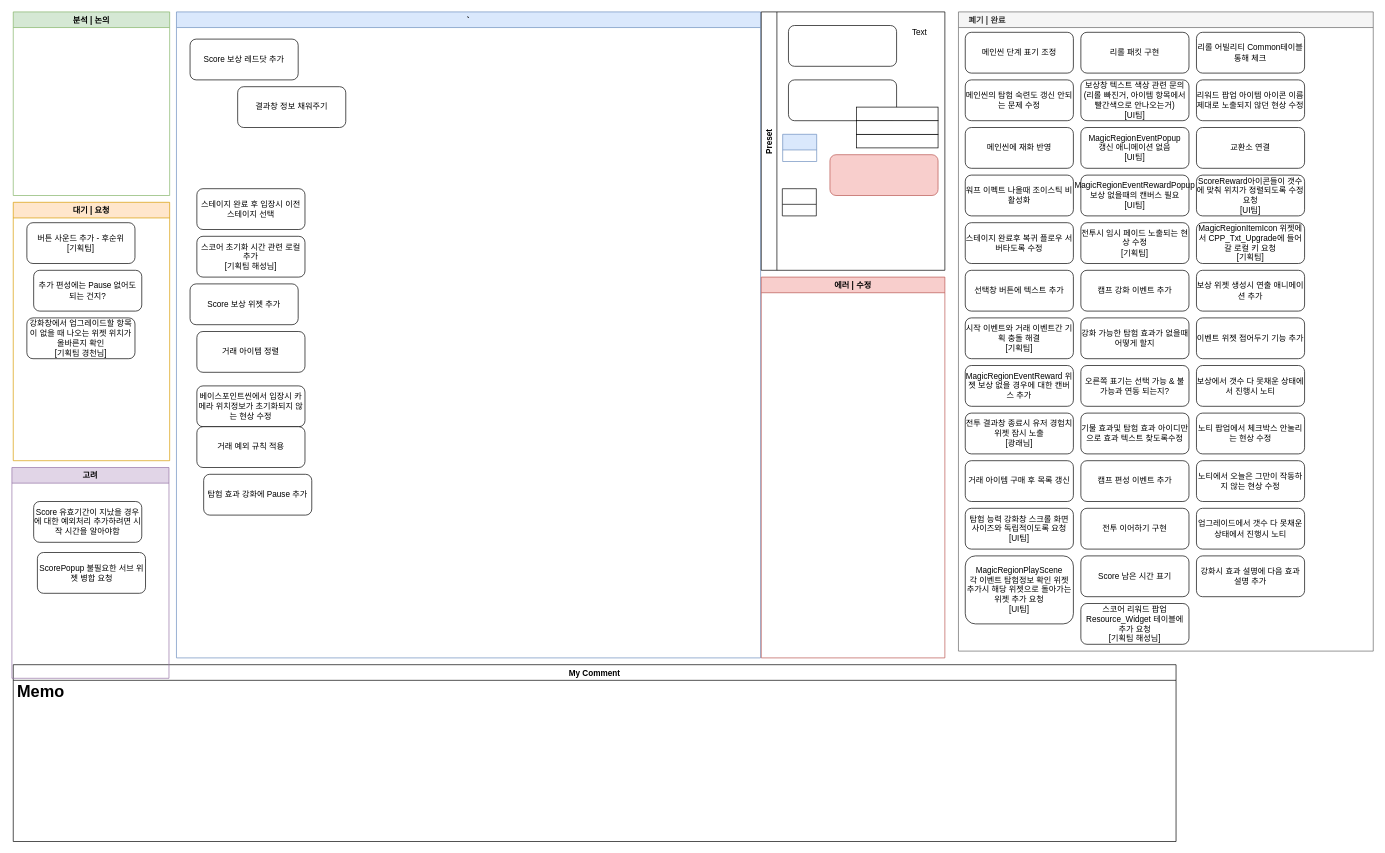
Above: 로그라이트.drawio in Endorr/Job-Board (draw.io), before the change. Source tidied: cells renumbered, new cells numbered last; positions are measured from the earlier drawing's top-left corner, leaving out a move shared by most shapes. Both pictures are drawn from the tidied source at 68%, with x=0, y=0 at pixel (12, 12).
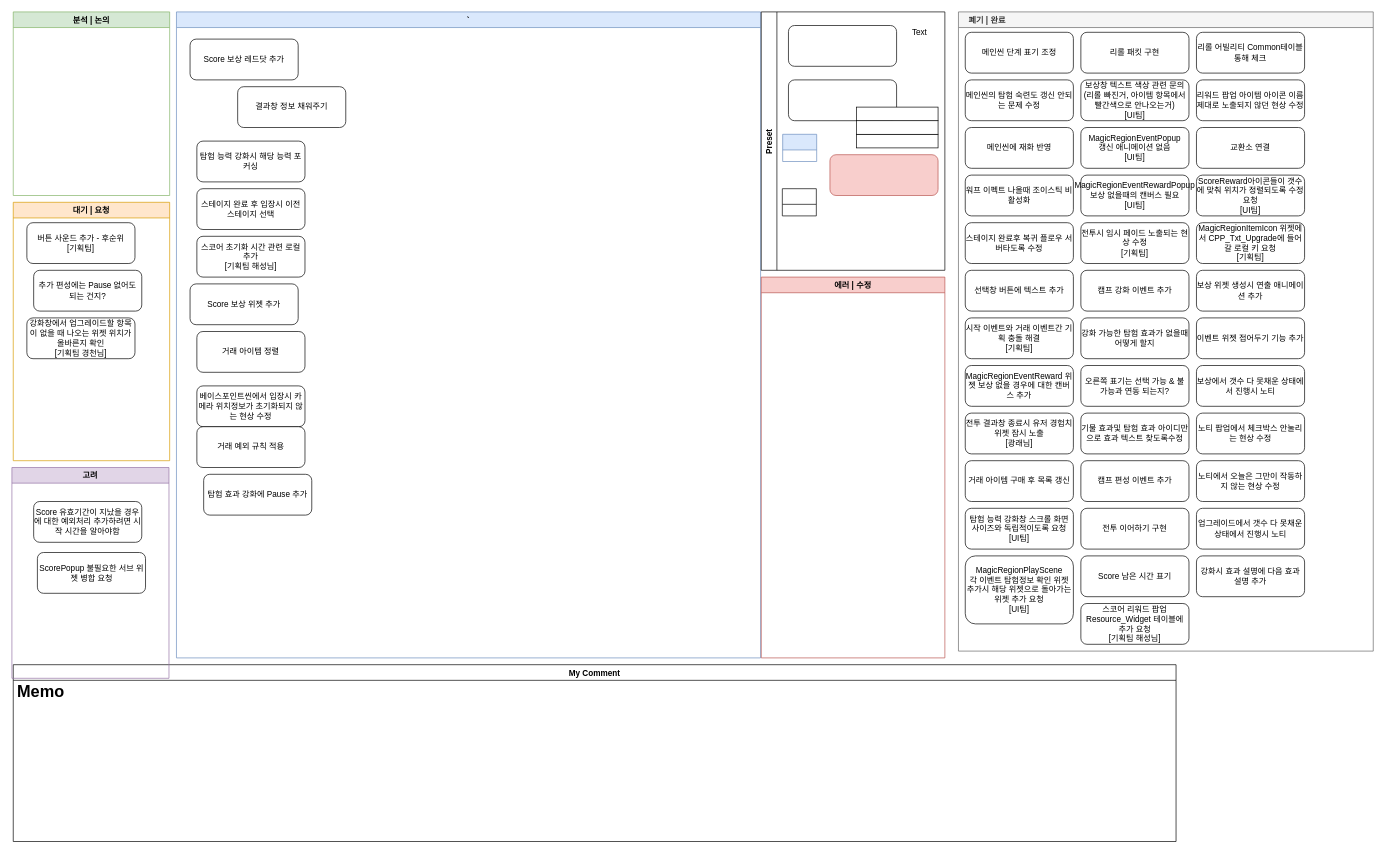
The same page after the edit.

Commit message:
로그라이트.drawio 업데이트

Unchanged cells that the change refers to:
```xml
<mxCell id="2" value="`" style="swimlane;fillColor=#dae8fc;strokeColor=#6c8ebf;" parent="1" vertex="1">
  <mxGeometry x="242" width="859" height="950" as="geometry" />
</mxCell>
```

The edit, as a diff of the source:
```diff
@@
+    <mxCell id="72" value="탐험 능력 강화시 해당 능력 포커싱" style="rounded=1;whiteSpace=wrap;html=1;" parent="2" vertex="1">
+      <mxGeometry x="30" y="190" width="159" height="60" as="geometry" />
+    </mxCell>
```
